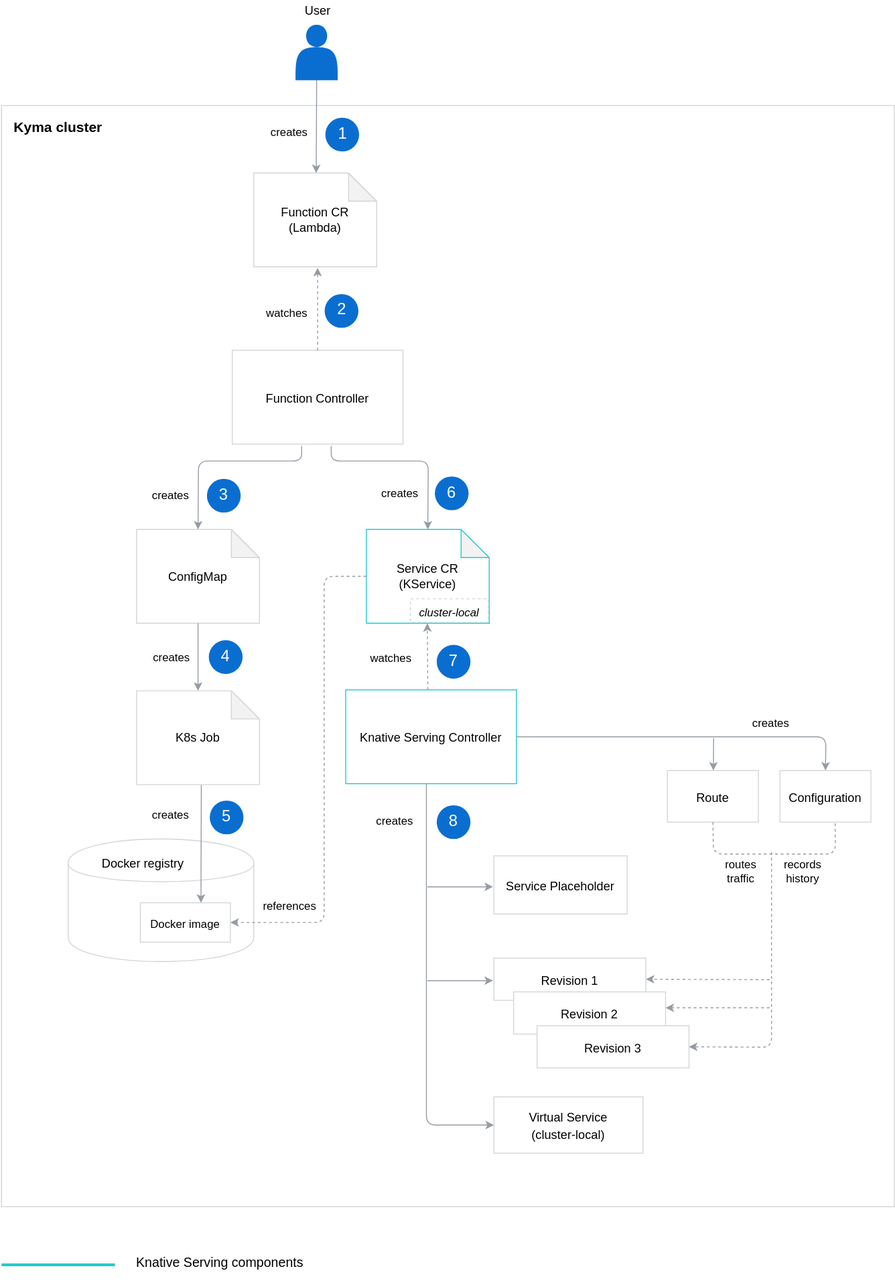
Above: docs/serverless-v2/assets/serverless-architecture.svg in kyma-project/kyma (draw.io), before the change. Source tidied: cells renumbered, new cells last; positions are measured from the earlier drawing's top-left corner, leaving out a move shared by most shapes.
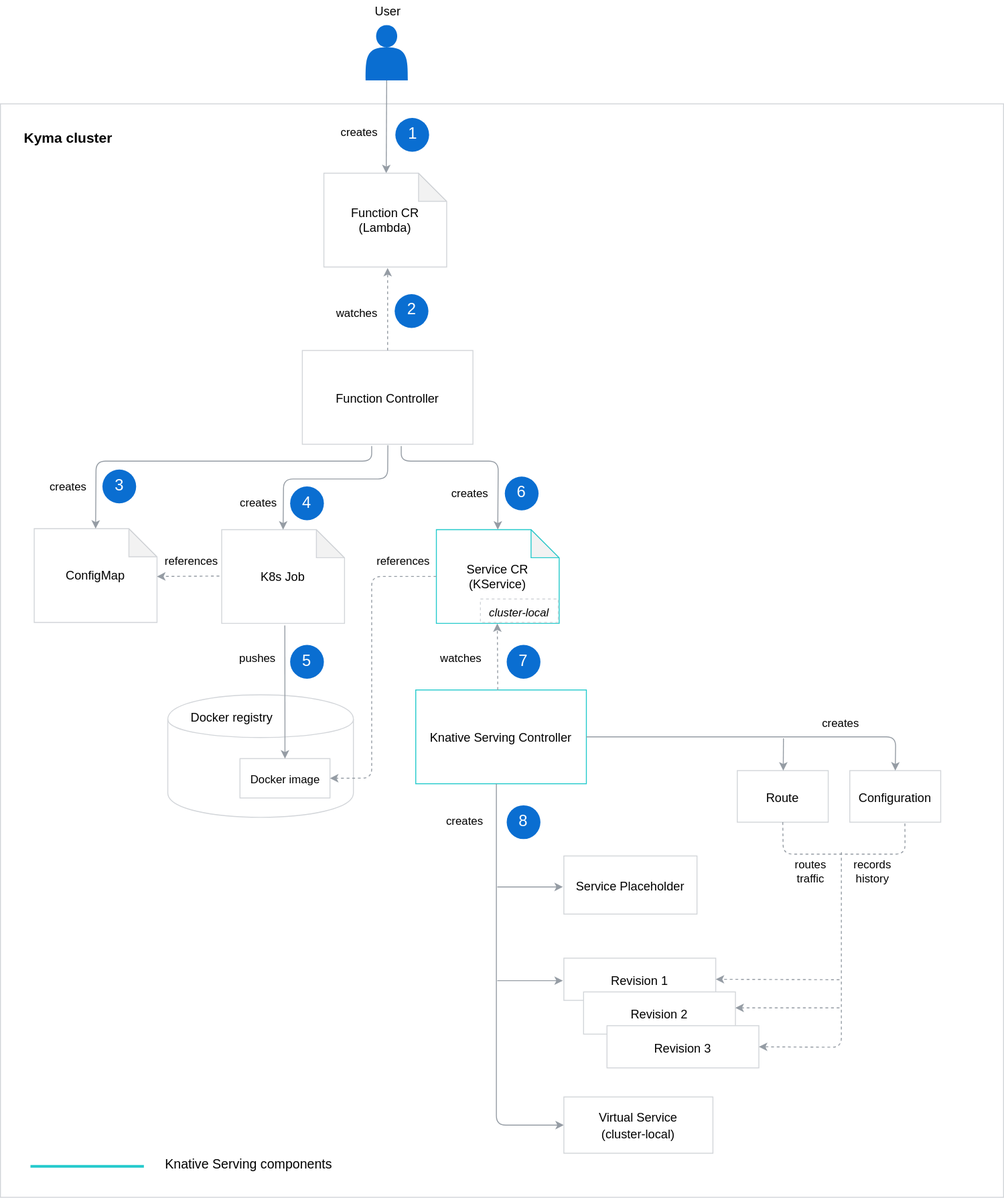
After the change.

Commit message:
Add final post-review changes

Change to the diagram source:
```diff
@@ -3,10 +3,10 @@
     <mxCell id="0" />
     <mxCell id="1" parent="0" />
     <mxCell id="2" value="&lt;font style=&quot;font-size: 13px&quot;&gt;&lt;br&gt;&lt;/font&gt;" style="rounded=0;whiteSpace=wrap;html=1;labelBackgroundColor=none;strokeColor=#D2D5D9;strokeWidth=1;fillColor=#FFFFFF;gradientColor=none;fontFamily=Helvetica;fontSize=15;fontColor=#000000;" parent="1" vertex="1">
-      <mxGeometry y="112" width="952" height="1174" as="geometry" />
+      <mxGeometry x="-76" y="110" width="1070" height="1166" as="geometry" />
     </mxCell>
-    <mxCell id="3" value="&lt;font style=&quot;font-size: 15px&quot;&gt;&lt;b&gt;Kyma cluster&lt;/b&gt;&lt;/font&gt;" style="text;html=1;strokeColor=none;fillColor=none;align=center;verticalAlign=middle;whiteSpace=wrap;rounded=0;" parent="1" vertex="1">
-      <mxGeometry x="9" y="119.5" width="103" height="30" as="geometry" />
+    <mxCell id="3" value="&lt;font style=&quot;font-size: 15px;&quot;&gt;&lt;b style=&quot;font-size: 15px;&quot;&gt;Kyma cluster&lt;/b&gt;&lt;/font&gt;" style="text;html=1;strokeColor=none;fillColor=none;align=center;verticalAlign=middle;whiteSpace=wrap;rounded=0;fontSize=15;" parent="1" vertex="1">
+      <mxGeometry x="-55.2" y="131" width="103" height="30" as="geometry" />
     </mxCell>
     <mxCell id="4" value="&lt;font style=&quot;font-size: 13px&quot;&gt;User&lt;/font&gt;" style="text;html=1;strokeColor=none;fillColor=none;align=center;verticalAlign=middle;whiteSpace=wrap;rounded=0;dashed=1;labelBackgroundColor=none;fontFamily=Helvetica;fontSize=15;fontColor=#000000;" parent="1" vertex="1">
       <mxGeometry x="300.5" width="73" height="20" as="geometry" />
@@ -37,7 +37,7 @@
       <mxGeometry x="275" y="323" width="58.5" height="22" as="geometry" />
     </mxCell>
     <mxCell id="12" value="&lt;font style=&quot;font-size: 13px&quot;&gt;ConfigMap&lt;/font&gt;" style="shape=note;whiteSpace=wrap;html=1;backgroundOutline=1;darkOpacity=0.05;strokeColor=#D2D5D9;" parent="1" vertex="1">
-      <mxGeometry x="144" y="564" width="131" height="100" as="geometry" />
+      <mxGeometry x="-40" y="563" width="131" height="100" as="geometry" />
     </mxCell>
     <mxCell id="13" value="&lt;font style=&quot;font-size: 13px&quot;&gt;Service CR&lt;br&gt;(KService)&lt;/font&gt;" style="shape=note;whiteSpace=wrap;html=1;backgroundOutline=1;darkOpacity=0.05;strokeColor=#24CACC;" parent="1" vertex="1">
       <mxGeometry x="389" y="564" width="131" height="100" as="geometry" />
@@ -47,27 +47,22 @@
         <mxPoint x="320" y="475" as="sourcePoint" />
         <Array as="points">
           <mxPoint x="320" y="491" />
-          <mxPoint x="210" y="491" />
+          <mxPoint x="26" y="491" />
         </Array>
       </mxGeometry>
     </mxCell>
     <mxCell id="15" style="shape=cylinder;whiteSpace=wrap;html=1;boundedLbl=1;backgroundOutline=1;strokeColor=#D2D5D9;" parent="1" vertex="1">
-      <mxGeometry x="71" y="894" width="198" height="130.6" as="geometry" />
+      <mxGeometry x="102.5" y="740.2" width="198" height="130.6" as="geometry" />
     </mxCell>
     <mxCell id="16" value="&lt;font&gt;&lt;font style=&quot;font-size: 12px&quot;&gt;Docker image&lt;/font&gt;&lt;br&gt;&lt;/font&gt;" style="rounded=0;whiteSpace=wrap;html=1;labelBackgroundColor=none;strokeColor=#D2D5D9;strokeWidth=1;fillColor=#FFFFFF;gradientColor=none;fontFamily=Helvetica;fontSize=15;fontColor=#000000;" parent="1" vertex="1">
-      <mxGeometry x="148" y="962" width="96" height="42" as="geometry" />
+      <mxGeometry x="179.5" y="808.2" width="96" height="42" as="geometry" />
     </mxCell>
     <mxCell id="17" value="&lt;font style=&quot;font-size: 13px&quot;&gt;Docker registry&lt;/font&gt;" style="text;html=1;strokeColor=none;fillColor=none;align=center;verticalAlign=middle;whiteSpace=wrap;rounded=0;" parent="1" vertex="1">
-      <mxGeometry x="102" y="910" width="97.5" height="20" as="geometry" />
+      <mxGeometry x="122" y="754" width="97.5" height="20" as="geometry" />
     </mxCell>
     <mxCell id="18" value="&lt;font style=&quot;font-size: 13px&quot;&gt;Knative Serving Controller&lt;br&gt;&lt;/font&gt;" style="rounded=0;whiteSpace=wrap;html=1;labelBackgroundColor=none;strokeColor=#24CACC;strokeWidth=1;fillColor=#FFFFFF;gradientColor=none;fontFamily=Helvetica;fontSize=15;fontColor=#000000;" parent="1" vertex="1">
       <mxGeometry x="367" y="735" width="182" height="100" as="geometry" />
     </mxCell>
-    <mxCell id="19" style="endArrow=classic;html=1;strokeColor=#959CA4;strokeWidth=1;fontFamily=Helvetica;fontSize=15;fontColor=#000000;entryX=0.673;entryY=-0.002;entryDx=0;entryDy=0;exitX=0.5;exitY=1;exitDx=0;exitDy=0;entryPerimeter=0;" parent="1" edge="1" target="16">
-      <mxGeometry relative="1" as="geometry">
-        <mxPoint x="213" y="836" as="sourcePoint" />
-      </mxGeometry>
-    </mxCell>
     <mxCell id="20" style="endArrow=classic;html=1;strokeColor=#959CA4;strokeWidth=1;fontFamily=Helvetica;fontSize=15;fontColor=#000000;entryX=0.5;entryY=1;entryDx=0;entryDy=0;entryPerimeter=0;dashed=1;" parent="1" edge="1">
       <mxGeometry relative="1" as="geometry">
         <mxPoint x="454.5" y="735" as="sourcePoint" />
@@ -116,7 +111,7 @@
       <mxGeometry x="344.5" y="313" width="36" height="36" as="geometry" />
     </mxCell>
     <mxCell id="31" style="ellipse;whiteSpace=wrap;html=1;labelBackgroundColor=none;strokeColor=none;strokeWidth=1;fillColor=#0A6ED1;gradientColor=none;fontFamily=Helvetica;fontSize=15;fontColor=#000000;" parent="1" vertex="1">
-      <mxGeometry x="219" y="510" width="36" height="36" as="geometry" />
+      <mxGeometry x="32.8" y="500" width="36" height="36" as="geometry" />
     </mxCell>
     <mxCell id="32" style="ellipse;whiteSpace=wrap;html=1;labelBackgroundColor=none;strokeColor=none;strokeWidth=1;fillColor=#0A6ED1;gradientColor=none;fontFamily=Helvetica;fontSize=15;fontColor=#000000;" parent="1" vertex="1">
       <mxGeometry x="462" y="507.5" width="36" height="36" as="geometry" />
@@ -125,7 +120,7 @@
       <mxGeometry x="436" y="638" width="83" height="25" as="geometry" />
     </mxCell>
     <mxCell id="34" style="ellipse;whiteSpace=wrap;html=1;labelBackgroundColor=none;strokeColor=none;strokeWidth=1;fillColor=#0A6ED1;gradientColor=none;fontFamily=Helvetica;fontSize=15;fontColor=#000000;" parent="1" vertex="1">
-      <mxGeometry x="221" y="682" width="36" height="36" as="geometry" />
+      <mxGeometry x="233" y="518" width="36" height="36" as="geometry" />
     </mxCell>
     <mxCell id="35" style="ellipse;whiteSpace=wrap;html=1;labelBackgroundColor=none;strokeColor=none;strokeWidth=1;fillColor=#0A6ED1;gradientColor=none;fontFamily=Helvetica;fontSize=15;fontColor=#000000;" parent="1" vertex="1">
       <mxGeometry x="464" y="687" width="36" height="36" as="geometry" />
@@ -145,14 +140,11 @@
     <mxCell id="38" value="watches" style="text;html=1;strokeColor=none;fillColor=none;align=center;verticalAlign=middle;whiteSpace=wrap;rounded=0;" parent="1" vertex="1">
       <mxGeometry x="381" y="687" width="69" height="30" as="geometry" />
     </mxCell>
-    <mxCell id="39" value="creates" style="text;html=1;strokeColor=none;fillColor=none;align=center;verticalAlign=middle;whiteSpace=wrap;rounded=0;" parent="1" vertex="1">
-      <mxGeometry x="153" y="687" width="57" height="28" as="geometry" />
-    </mxCell>
     <mxCell id="40" value="creates" style="text;html=1;strokeColor=none;fillColor=none;align=center;verticalAlign=middle;whiteSpace=wrap;rounded=0;" parent="1" vertex="1">
       <mxGeometry x="392" y="861" width="55" height="28" as="geometry" />
     </mxCell>
     <mxCell id="41" value="creates&lt;br&gt;" style="text;html=1;strokeColor=none;fillColor=none;align=center;verticalAlign=middle;whiteSpace=wrap;rounded=0;" parent="1" vertex="1">
-      <mxGeometry x="149.2" y="519" width="62.5" height="18" as="geometry" />
+      <mxGeometry x="-30" y="510" width="52.5" height="17" as="geometry" />
     </mxCell>
     <mxCell id="42" value="creates&lt;br&gt;" style="text;html=1;strokeColor=none;fillColor=none;align=center;verticalAlign=middle;whiteSpace=wrap;rounded=0;" parent="1" vertex="1">
       <mxGeometry x="397" y="516" width="56" height="19" as="geometry" />
@@ -164,10 +156,10 @@
       <mxGeometry x="354.5" y="323" width="16" height="13" as="geometry" />
     </mxCell>
     <mxCell id="45" value="&lt;font style=&quot;font-size: 17px&quot; color=&quot;#ffffff&quot;&gt;3&lt;/font&gt;" style="text;html=1;strokeColor=none;fillColor=none;align=center;verticalAlign=middle;whiteSpace=wrap;rounded=0;labelBackgroundColor=none;fontFamily=Helvetica;fontSize=15;fontColor=#000000;" parent="1" vertex="1">
-      <mxGeometry x="229" y="521.5" width="16" height="13" as="geometry" />
+      <mxGeometry x="42.8" y="511.5" width="16" height="13" as="geometry" />
     </mxCell>
     <mxCell id="46" value="&lt;font style=&quot;font-size: 17px&quot; color=&quot;#ffffff&quot;&gt;4&lt;/font&gt;" style="text;html=1;strokeColor=none;fillColor=none;align=center;verticalAlign=middle;whiteSpace=wrap;rounded=0;labelBackgroundColor=none;fontFamily=Helvetica;fontSize=15;fontColor=#000000;" parent="1" vertex="1">
-      <mxGeometry x="231" y="693.5" width="16" height="13" as="geometry" />
+      <mxGeometry x="243" y="528" width="16" height="16.5" as="geometry" />
     </mxCell>
     <mxCell id="47" value="&lt;font style=&quot;font-size: 17px&quot; color=&quot;#ffffff&quot;&gt;8&lt;/font&gt;" style="text;html=1;strokeColor=none;fillColor=none;align=center;verticalAlign=middle;whiteSpace=wrap;rounded=0;labelBackgroundColor=none;fontFamily=Helvetica;fontSize=15;fontColor=#000000;" parent="1" vertex="1">
       <mxGeometry x="474" y="869.5" width="16" height="13" as="geometry" />
@@ -176,25 +168,25 @@
       <mxGeometry x="474" y="698.5" width="16" height="13" as="geometry" />
     </mxCell>
     <mxCell id="49" value="&lt;font style=&quot;font-size: 17px&quot; color=&quot;#ffffff&quot;&gt;6&lt;/font&gt;" style="text;html=1;strokeColor=none;fillColor=none;align=center;verticalAlign=middle;whiteSpace=wrap;rounded=0;labelBackgroundColor=none;fontFamily=Helvetica;fontSize=15;fontColor=#000000;" parent="1" vertex="1">
-      <mxGeometry x="472" y="519.5" width="16" height="13" as="geometry" />
+      <mxGeometry x="472" y="518.5" width="16" height="13" as="geometry" />
     </mxCell>
     <mxCell id="50" style="endArrow=none;html=1;strokeColor=#24CACC;strokeWidth=3;" parent="1" edge="1">
       <mxGeometry relative="1" as="geometry">
-        <mxPoint y="1348" as="sourcePoint" />
-        <mxPoint x="121" y="1348" as="targetPoint" />
+        <mxPoint x="-44" y="1243" as="sourcePoint" />
+        <mxPoint x="77" y="1243" as="targetPoint" />
       </mxGeometry>
     </mxCell>
     <mxCell id="51" value="&lt;span style=&quot;font-size: 14px&quot;&gt;Knative Serving components&lt;/span&gt;" style="text;html=1;strokeColor=none;fillColor=none;align=center;verticalAlign=middle;whiteSpace=wrap;rounded=0;" parent="1" vertex="1">
-      <mxGeometry x="136" y="1323" width="193.5" height="46" as="geometry" />
+      <mxGeometry x="92" y="1218" width="193.5" height="46" as="geometry" />
     </mxCell>
     <mxCell id="52" value="references" style="text;html=1;strokeColor=none;fillColor=none;align=center;verticalAlign=middle;whiteSpace=wrap;rounded=0;" parent="1" vertex="1">
-      <mxGeometry x="280" y="952" width="55" height="28" as="geometry" />
+      <mxGeometry x="338.2" y="585" width="32.2" height="26" as="geometry" />
     </mxCell>
     <mxCell id="53" style="endArrow=classic;html=1;strokeWidth=1;strokeColor=#959CA4;entryX=1;entryY=0.5;entryDx=0;entryDy=0;dashed=1;exitX=0;exitY=0.5;exitDx=0;exitDy=0;exitPerimeter=0;" parent="1" edge="1" source="13" target="16">
       <mxGeometry relative="1" as="geometry">
         <Array as="points">
-          <mxPoint x="344" y="614" />
-          <mxPoint x="344" y="983" />
+          <mxPoint x="320" y="614" />
+          <mxPoint x="320" y="829" />
         </Array>
       </mxGeometry>
     </mxCell>
@@ -254,19 +246,42 @@
       <mxGeometry x="793" y="757" width="55" height="28" as="geometry" />
     </mxCell>
     <mxCell id="65" value="&lt;font style=&quot;font-size: 13px&quot;&gt;K8s Job&lt;/font&gt;" style="shape=note;whiteSpace=wrap;html=1;backgroundOutline=1;darkOpacity=0.05;strokeColor=#D2D5D9;" parent="1" vertex="1">
-      <mxGeometry x="144" y="736" width="131" height="100" as="geometry" />
+      <mxGeometry x="160" y="564" width="131" height="100" as="geometry" />
     </mxCell>
-    <mxCell id="66" style="endArrow=classic;html=1;strokeColor=#959CA4;strokeWidth=1;fontFamily=Helvetica;fontSize=15;fontColor=#000000;entryX=0.5;entryY=0;entryDx=0;entryDy=0;entryPerimeter=0;exitX=0.5;exitY=1;exitDx=0;exitDy=0;exitPerimeter=0;" parent="1" edge="1" source="12" target="65">
-      <mxGeometry relative="1" as="geometry" />
-    </mxCell>
-    <mxCell id="67" value="creates" style="text;html=1;strokeColor=none;fillColor=none;align=center;verticalAlign=middle;whiteSpace=wrap;rounded=0;" parent="1" vertex="1">
-      <mxGeometry x="152.2" y="854.5" width="57" height="28" as="geometry" />
+    <mxCell id="67" value="pushes" style="text;html=1;strokeColor=none;fillColor=none;align=center;verticalAlign=middle;whiteSpace=wrap;rounded=0;" parent="1" vertex="1">
+      <mxGeometry x="170.2" y="688" width="57" height="28" as="geometry" />
     </mxCell>
     <mxCell id="68" style="ellipse;whiteSpace=wrap;html=1;labelBackgroundColor=none;strokeColor=none;strokeWidth=1;fillColor=#0A6ED1;gradientColor=none;fontFamily=Helvetica;fontSize=15;fontColor=#000000;" parent="1" vertex="1">
-      <mxGeometry x="222" y="853" width="36" height="36" as="geometry" />
+      <mxGeometry x="233" y="687" width="36" height="36" as="geometry" />
     </mxCell>
     <mxCell id="69" value="&lt;font style=&quot;font-size: 17px&quot; color=&quot;#ffffff&quot;&gt;5&lt;/font&gt;" style="text;html=1;strokeColor=none;fillColor=none;align=center;verticalAlign=middle;whiteSpace=wrap;rounded=0;labelBackgroundColor=none;fontFamily=Helvetica;fontSize=15;fontColor=#000000;" parent="1" vertex="1">
-      <mxGeometry x="232" y="864.5" width="16" height="13" as="geometry" />
+      <mxGeometry x="243" y="698.5" width="16" height="13" as="geometry" />
     </mxCell>
+    <mxCell id="70" style="endArrow=classic;html=1;strokeColor=#959CA4;strokeWidth=1;fontFamily=Helvetica;fontSize=15;fontColor=#000000;entryX=0.5;entryY=0;entryDx=0;entryDy=0;entryPerimeter=0;" parent="1" edge="1" target="65">
+      <mxGeometry relative="1" as="geometry">
+        <mxPoint x="337.2" y="474" as="sourcePoint" />
+        <Array as="points">
+          <mxPoint x="337" y="510" />
+          <mxPoint x="226" y="510" />
+        </Array>
+      </mxGeometry>
+    </mxCell>
+    <mxCell id="39" value="creates&lt;br&gt;" style="text;html=1;strokeColor=none;fillColor=none;align=center;verticalAlign=middle;whiteSpace=wrap;rounded=0;" parent="1" vertex="1">
+      <mxGeometry x="167.5" y="527" width="62.5" height="18" as="geometry" />
+    </mxCell>
+    <mxCell id="71" style="endArrow=classic;html=1;strokeColor=#959CA4;strokeWidth=1;fontFamily=Helvetica;fontSize=15;fontColor=#000000;dashed=1;exitX=-0.019;exitY=0.555;exitDx=0;exitDy=0;exitPerimeter=0;" parent="1" edge="1">
+      <mxGeometry relative="1" as="geometry">
+        <mxPoint x="157.5" y="613.5" as="sourcePoint" />
+        <mxPoint x="91" y="614" as="targetPoint" />
+      </mxGeometry>
+    </mxCell>
+    <mxCell id="72" value="references" style="text;html=1;strokeColor=none;fillColor=none;align=center;verticalAlign=middle;whiteSpace=wrap;rounded=0;" parent="1" vertex="1">
+      <mxGeometry x="112" y="585" width="32.2" height="26" as="geometry" />
+    </mxCell>
+    <mxCell id="73" style="endArrow=classic;html=1;strokeColor=#959CA4;strokeWidth=1;fontFamily=Helvetica;fontSize=15;fontColor=#000000;entryX=0.5;entryY=0;entryDx=0;entryDy=0;" parent="1" edge="1" target="16">
+      <mxGeometry relative="1" as="geometry">
+        <mxPoint x="227.4" y="666.2" as="sourcePoint" />
+      </mxGeometry>
+    </mxCell>
   </root>
 </mxGraphModel>
```
